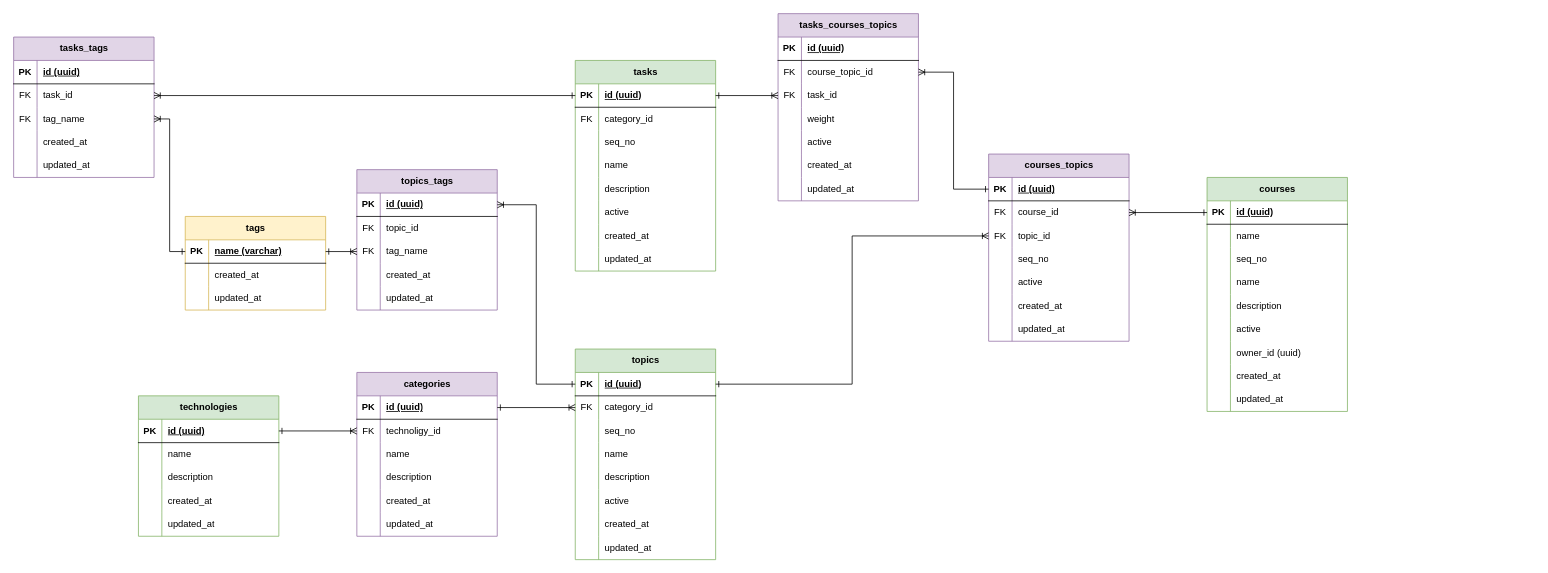
YReshetko/it-learning-platform keeps this draw.io diagram as doc/database/Schemas.drawio. Above is the earlier version. Source tidied: cells renumbered, new cells numbered last; positions are measured from the earlier drawing's top-left corner, leaving out a move shared by most shapes. Both pictures are drawn from the tidied source at 78%, with x=0, y=0 at pixel (13, 13).
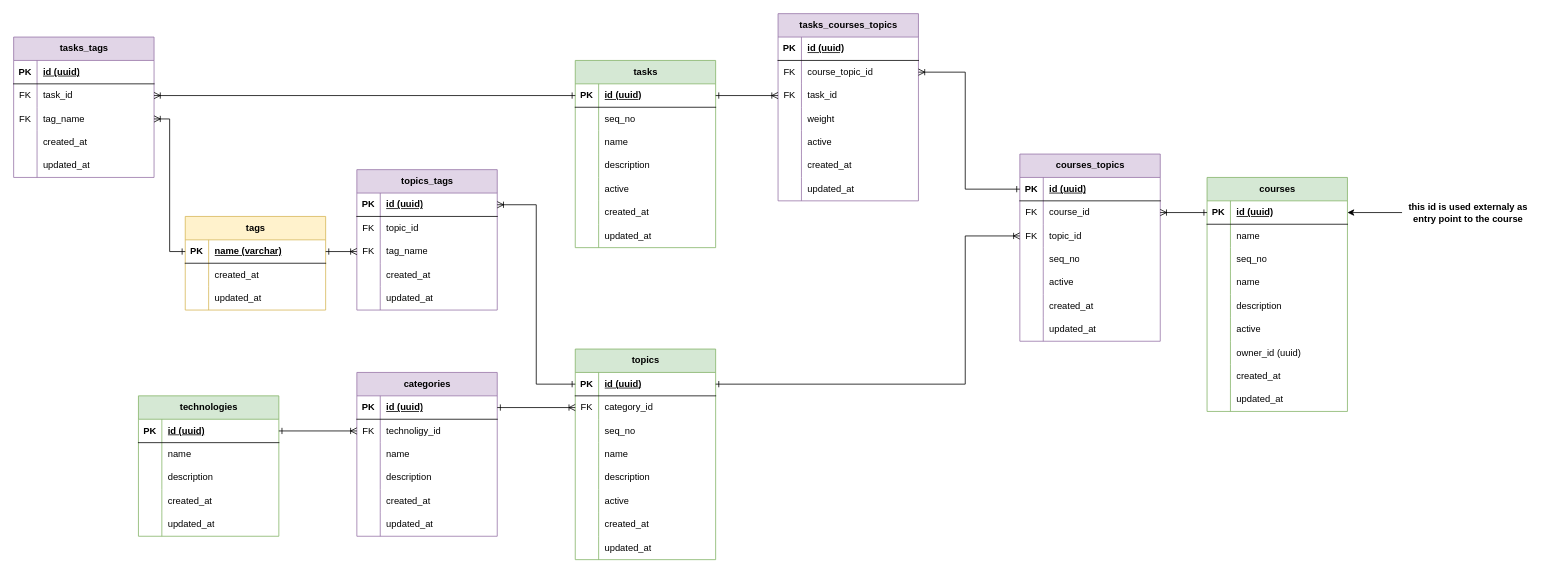
The same diagram, later.

Unchanged cells that the change refers to:
```xml
<mxCell id="19" style="shape=tableRow;horizontal=0;startSize=0;swimlaneHead=0;swimlaneBody=0;fillColor=none;points=[[0,0.5],[1,0.5]];portConstraint=eastwest;top=0;left=0;right=0;bottom=1;" parent="18" vertex="1">
  <mxGeometry y="30" width="180" height="30" as="geometry" />
</mxCell>
<mxCell id="136" style="shape=tableRow;horizontal=0;startSize=0;swimlaneHead=0;swimlaneBody=0;fillColor=none;points=[[0,0.5],[1,0.5]];portConstraint=eastwest;top=0;left=0;right=0;bottom=1;" parent="135" vertex="1">
  <mxGeometry y="30" width="180" height="30" as="geometry" />
</mxCell>
<mxCell id="164" style="shape=tableRow;horizontal=0;startSize=0;swimlaneHead=0;swimlaneBody=0;fillColor=none;points=[[0,0.5],[1,0.5]];portConstraint=eastwest;top=0;left=0;right=0;bottom=1;" parent="163" vertex="1">
  <mxGeometry y="30" width="180" height="30" as="geometry" />
</mxCell>
<mxCell id="170" style="shape=tableRow;horizontal=0;startSize=0;swimlaneHead=0;swimlaneBody=0;fillColor=none;points=[[0,0.5],[1,0.5]];portConstraint=eastwest;top=0;left=0;right=0;bottom=0;" parent="163" vertex="1">
  <mxGeometry y="90" width="180" height="30" as="geometry" />
</mxCell>
<mxCell id="191" style="shape=tableRow;horizontal=0;startSize=0;swimlaneHead=0;swimlaneBody=0;fillColor=none;points=[[0,0.5],[1,0.5]];portConstraint=eastwest;top=0;left=0;right=0;bottom=0;" parent="187" vertex="1">
  <mxGeometry y="60" width="180" height="30" as="geometry" />
</mxCell>
```

Change to the diagram source:
```diff
@@
     <mxCell id="64" value="tasks" style="shape=table;startSize=30;childLayout=tableLayout;rowLines=0;fontStyle=1;align=center;html=1;fillColor=#d5e8d4;strokeColor=#82b366;" parent="1" vertex="1">
-      <mxGeometry x="720" y="60" width="180" height="270" as="geometry" />
+      <mxGeometry x="720" y="60" width="180" height="240" as="geometry" />
     </mxCell>
@@
-    <mxCell id="68" style="shape=tableRow;horizontal=0;startSize=0;swimlaneHead=0;swimlaneBody=0;fillColor=none;top=0;left=0;right=0;bottom=0;" parent="64" vertex="1">
-      <mxGeometry y="60" width="180" height="30" as="geometry" />
-    </mxCell>
-    <mxCell id="69" value="FK" style="shape=partialRectangle;fillColor=none;top=0;left=0;bottom=0;right=0;overflow=hidden;whiteSpace=wrap;html=1;" parent="68" vertex="1">
-      <mxGeometry width="30" height="30" as="geometry" />
-    </mxCell>
-    <mxCell id="70" value="category_id" style="shape=partialRectangle;fillColor=none;top=0;left=0;bottom=0;right=0;align=left;spacingLeft=6;overflow=hidden;whiteSpace=wrap;html=1;" parent="68" vertex="1">
-      <mxGeometry x="30" width="150" height="30" as="geometry" />
-    </mxCell>
     <mxCell id="71" style="shape=tableRow;horizontal=0;startSize=0;swimlaneHead=0;swimlaneBody=0;fillColor=none;top=0;left=0;right=0;bottom=0;" parent="64" vertex="1">
-      <mxGeometry y="90" width="180" height="30" as="geometry" />
+      <mxGeometry y="60" width="180" height="30" as="geometry" />
     </mxCell>
@@
     <mxCell id="74" style="shape=tableRow;horizontal=0;startSize=0;swimlaneHead=0;swimlaneBody=0;fillColor=none;top=0;left=0;right=0;bottom=0;" parent="64" vertex="1">
-      <mxGeometry y="120" width="180" height="30" as="geometry" />
+      <mxGeometry y="90" width="180" height="30" as="geometry" />
     </mxCell>
@@
     <mxCell id="77" style="shape=tableRow;horizontal=0;startSize=0;swimlaneHead=0;swimlaneBody=0;fillColor=none;top=0;left=0;right=0;bottom=0;" parent="64" vertex="1">
-      <mxGeometry y="150" width="180" height="30" as="geometry" />
+      <mxGeometry y="120" width="180" height="30" as="geometry" />
     </mxCell>
@@
     <mxCell id="80" style="shape=tableRow;horizontal=0;startSize=0;swimlaneHead=0;swimlaneBody=0;fillColor=none;top=0;left=0;right=0;bottom=0;" parent="64" vertex="1">
-      <mxGeometry y="180" width="180" height="30" as="geometry" />
+      <mxGeometry y="150" width="180" height="30" as="geometry" />
     </mxCell>
@@
     <mxCell id="83" style="shape=tableRow;horizontal=0;startSize=0;swimlaneHead=0;swimlaneBody=0;fillColor=none;top=0;left=0;right=0;bottom=0;" parent="64" vertex="1">
-      <mxGeometry y="210" width="180" height="30" as="geometry" />
+      <mxGeometry y="180" width="180" height="30" as="geometry" />
     </mxCell>
@@
     <mxCell id="86" style="shape=tableRow;horizontal=0;startSize=0;swimlaneHead=0;swimlaneBody=0;fillColor=none;top=0;left=0;right=0;bottom=0;" parent="64" vertex="1">
-      <mxGeometry y="240" width="180" height="30" as="geometry" />
+      <mxGeometry y="210" width="180" height="30" as="geometry" />
     </mxCell>
@@
     <mxCell id="163" value="courses_topics" style="shape=table;startSize=30;childLayout=tableLayout;rowLines=0;fontStyle=1;align=center;html=1;fillColor=#e1d5e7;strokeColor=#9673a6;" parent="1" vertex="1">
-      <mxGeometry x="1250" y="180" width="180" height="240" as="geometry" />
+      <mxGeometry x="1290" y="180" width="180" height="240" as="geometry" />
     </mxCell>
@@
     <mxCell id="186" style="edgeStyle=orthogonalEdgeStyle;rounded=0;jettySize=auto;html=1;startArrow=ERoneToMany;startFill=0;endArrow=ERone;endFill=0;" parent="1" edge="1" source="170" target="19">
-      <mxGeometry relative="1" as="geometry" />
+      <mxGeometry relative="1" as="geometry">
+        <Array as="points">
+          <mxPoint x="1220" y="285" />
+          <mxPoint x="1220" y="475" />
+        </Array>
+      </mxGeometry>
     </mxCell>
@@
     <mxCell id="209" style="edgeStyle=orthogonalEdgeStyle;rounded=0;jettySize=auto;html=1;startArrow=ERoneToMany;startFill=0;endArrow=ERone;endFill=0;" parent="1" edge="1" source="191" target="164">
-      <mxGeometry relative="1" as="geometry" />
+      <mxGeometry relative="1" as="geometry">
+        <Array as="points">
+          <mxPoint x="1220" y="75" />
+          <mxPoint x="1220" y="225" />
+        </Array>
+      </mxGeometry>
     </mxCell>
@@
+    <mxCell id="211" style="edgeStyle=orthogonalEdgeStyle;rounded=0;jettySize=auto;html=1;exitX=0;exitY=0.5;exitDx=0;exitDy=0;entryX=1;entryY=0.5;entryDx=0;entryDy=0;" parent="1" edge="1" source="212" target="136">
+      <mxGeometry relative="1" as="geometry" />
+    </mxCell>
+    <mxCell id="212" value="this id is used externaly as entry point to the course" style="text;html=1;strokeColor=none;fillColor=none;align=center;verticalAlign=middle;whiteSpace=wrap;rounded=0;fontStyle=1;" parent="1" vertex="1">
+      <mxGeometry x="1780" y="240" width="170" height="30" as="geometry" />
+    </mxCell>
```
